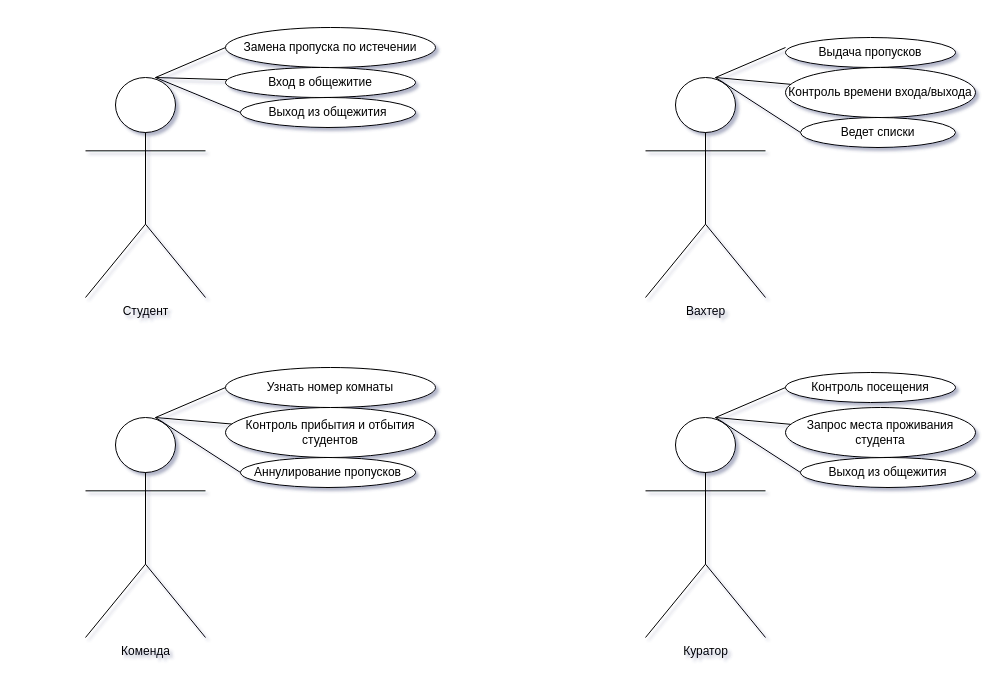
This is Project.drawio from jsfrau/Zamay, a draw.io file, before an edit. Source tidied: cells renumbered, new cells numbered last; positions are measured from the earlier drawing's top-left corner, leaving out a move shared by most shapes. Both pictures are drawn from the tidied source at 100%, with x=0, y=0 at pixel (85, 27).
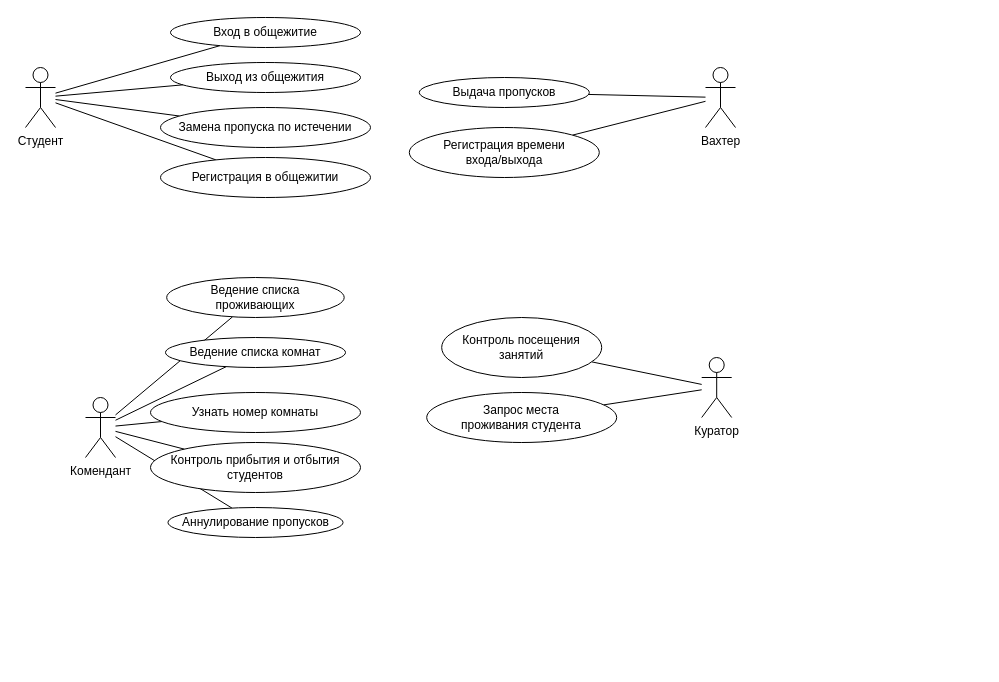
Above is the later version.

What changed in the source:
```diff
@@
-<mxGraphModel shadow="1">
+<mxGraphModel>
@@
-    <mxCell id="2" value="Студент" style="shape=umlActor;verticalLabelPosition=bottom;verticalAlign=top;html=1;outlineConnect=0;labelBackgroundColor=none;" parent="1" vertex="1">
-      <mxGeometry y="50" width="120" height="220" as="geometry" />
-    </mxCell>
-    <mxCell id="3" style="endArrow=none;html=1;" parent="1" edge="1">
-      <mxGeometry relative="1" as="geometry">
-        <mxPoint x="70" y="50" as="sourcePoint" />
-        <mxPoint x="140" y="20" as="targetPoint" />
-      </mxGeometry>
+    <mxCell id="3" style="endArrow=none;html=1;" parent="1" edge="1" source="2" target="4">
+      <mxGeometry relative="1" as="geometry" />
     </mxCell>
     <mxCell id="4" value="Замена пропуска по истечении" style="ellipse;whiteSpace=wrap;html=1;labelBackgroundColor=none;" parent="1" vertex="1">
-      <mxGeometry x="140" width="210" height="40" as="geometry" />
+      <mxGeometry x="75" y="80" width="210" height="40" as="geometry" />
     </mxCell>
-    <mxCell id="5" style="endArrow=none;html=1;" parent="1" edge="1" target="6">
-      <mxGeometry relative="1" as="geometry">
-        <mxPoint x="70" y="50" as="sourcePoint" />
-      </mxGeometry>
+    <mxCell id="5" style="endArrow=none;html=1;" parent="1" edge="1" source="2" target="6">
+      <mxGeometry relative="1" as="geometry" />
     </mxCell>
     <mxCell id="6" value="Вход в общежитие" style="ellipse;whiteSpace=wrap;html=1;labelBackgroundColor=none;" parent="1" vertex="1">
-      <mxGeometry x="140" y="40" width="190" height="30" as="geometry" />
+      <mxGeometry x="85" y="-10" width="190" height="30" as="geometry" />
     </mxCell>
+    <mxCell id="8" value="Выход из общежития" style="ellipse;whiteSpace=wrap;html=1;labelBackgroundColor=none;" parent="1" vertex="1">
+      <mxGeometry x="85" y="35" width="190" height="30" as="geometry" />
+    </mxCell>
+    <mxCell id="30" style="edgeStyle=none;jettySize=auto;html=1;endArrow=none;" parent="1" edge="1" source="9" target="11">
+      <mxGeometry relative="1" as="geometry" />
+    </mxCell>
+    <mxCell id="31" style="edgeStyle=none;jettySize=auto;html=1;endArrow=none;" parent="1" edge="1" source="9" target="13">
+      <mxGeometry relative="1" as="geometry" />
+    </mxCell>
+    <mxCell id="32" style="edgeStyle=none;jettySize=auto;html=1;endArrow=none;" parent="1" edge="1" source="9" target="15">
+      <mxGeometry relative="1" as="geometry" />
+    </mxCell>
+    <mxCell id="9" value="Комендант" style="shape=umlActor;verticalLabelPosition=bottom;verticalAlign=top;html=1;outlineConnect=0;labelBackgroundColor=none;shadow=0;" parent="1" vertex="1">
+      <mxGeometry y="370" width="30" height="60" as="geometry" />
+    </mxCell>
+    <mxCell id="11" value="Узнать номер комнаты" style="ellipse;whiteSpace=wrap;html=1;labelBackgroundColor=none;" parent="1" vertex="1">
+      <mxGeometry x="65" y="365" width="210" height="40" as="geometry" />
+    </mxCell>
+    <mxCell id="13" value="Контроль прибытия и отбытия студентов" style="ellipse;whiteSpace=wrap;html=1;labelBackgroundColor=none;" parent="1" vertex="1">
+      <mxGeometry x="65" y="415" width="210" height="50" as="geometry" />
+    </mxCell>
+    <mxCell id="15" value="Аннулирование пропусков" style="ellipse;whiteSpace=wrap;html=1;labelBackgroundColor=none;" parent="1" vertex="1">
+      <mxGeometry x="82.5" y="480" width="175" height="30" as="geometry" />
+    </mxCell>
+    <mxCell id="33" style="edgeStyle=none;jettySize=auto;html=1;endArrow=none;" parent="1" edge="1" source="9" target="40">
+      <mxGeometry relative="1" as="geometry" />
+    </mxCell>
+    <mxCell id="34" style="edgeStyle=none;jettySize=auto;html=1;endArrow=none;" parent="1" edge="1" source="9" target="22">
+      <mxGeometry relative="1" as="geometry" />
+    </mxCell>
+    <mxCell id="35" style="edgeStyle=none;jettySize=auto;html=1;endArrow=none;" parent="1" edge="1" source="16" target="20">
+      <mxGeometry relative="1" as="geometry" />
+    </mxCell>
+    <mxCell id="36" style="edgeStyle=none;jettySize=auto;html=1;endArrow=none;" parent="1" edge="1" source="16" target="18">
+      <mxGeometry relative="1" as="geometry" />
+    </mxCell>
+    <mxCell id="16" value="Вахтер" style="shape=umlActor;verticalLabelPosition=bottom;verticalAlign=top;html=1;outlineConnect=0;labelBackgroundColor=none;" parent="1" vertex="1">
+      <mxGeometry x="620" y="40" width="30" height="60" as="geometry" />
+    </mxCell>
+    <mxCell id="18" value="Выдача пропусков" style="ellipse;whiteSpace=wrap;html=1;labelBackgroundColor=none;" parent="1" vertex="1">
+      <mxGeometry x="333.8" y="50" width="170" height="30" as="geometry" />
+    </mxCell>
+    <mxCell id="20" value="Регистрация времени&lt;br&gt;входа/выхода" style="ellipse;whiteSpace=wrap;html=1;labelBackgroundColor=none;" parent="1" vertex="1">
+      <mxGeometry x="323.8" y="100" width="190" height="50" as="geometry" />
+    </mxCell>
+    <mxCell id="22" value="&lt;div&gt;Ведение списка&lt;/div&gt;&lt;div&gt;проживающих&lt;/div&gt;" style="ellipse;whiteSpace=wrap;html=1;labelBackgroundColor=none;" parent="1" vertex="1">
+      <mxGeometry x="81.2" y="250" width="177.5" height="40" as="geometry" />
+    </mxCell>
+    <mxCell id="37" style="edgeStyle=none;jettySize=auto;html=1;endArrow=none;" parent="1" edge="1" source="23" target="25">
+      <mxGeometry relative="1" as="geometry" />
+    </mxCell>
+    <mxCell id="38" style="edgeStyle=none;jettySize=auto;html=1;endArrow=none;" parent="1" edge="1" source="23" target="27">
+      <mxGeometry relative="1" as="geometry" />
+    </mxCell>
+    <mxCell id="23" value="Куратор" style="shape=umlActor;verticalLabelPosition=bottom;verticalAlign=top;html=1;outlineConnect=0;labelBackgroundColor=none;" parent="1" vertex="1">
+      <mxGeometry x="616.2" y="330" width="30" height="60" as="geometry" />
+    </mxCell>
+    <mxCell id="25" value="Контроль посещения&lt;br&gt;занятий" style="ellipse;whiteSpace=wrap;html=1;labelBackgroundColor=none;" parent="1" vertex="1">
+      <mxGeometry x="356.2" y="290" width="160" height="60" as="geometry" />
+    </mxCell>
+    <mxCell id="27" value="Запрос места &lt;br&gt;проживания студента" style="ellipse;whiteSpace=wrap;html=1;labelBackgroundColor=none;" parent="1" vertex="1">
+      <mxGeometry x="341.2" y="365" width="190" height="50" as="geometry" />
+    </mxCell>
+    <mxCell id="39" style="edgeStyle=none;jettySize=auto;html=1;endArrow=none;" parent="1" edge="1" source="2" target="41">
+      <mxGeometry relative="1" as="geometry" />
+    </mxCell>
+    <mxCell id="2" value="&lt;div&gt;Студент&lt;/div&gt;" style="shape=umlActor;verticalLabelPosition=bottom;verticalAlign=top;html=1;outlineConnect=0;shadow=0;" parent="1" vertex="1">
+      <mxGeometry x="-60" y="40" width="30" height="60" as="geometry" />
+    </mxCell>
-    <mxCell id="7" style="endArrow=none;html=1;entryX=0;entryY=0.5;entryDx=0;entryDy=0;" parent="1" edge="1" target="8">
-      <mxGeometry relative="1" as="geometry">
-        <mxPoint x="70" y="50" as="sourcePoint" />
-      </mxGeometry>
+    <mxCell id="7" style="endArrow=none;html=1;" parent="1" edge="1" source="2" target="8">
+      <mxGeometry relative="1" as="geometry" />
     </mxCell>
-    <mxCell id="8" value="Выход из общежития" style="ellipse;whiteSpace=wrap;html=1;labelBackgroundColor=none;" parent="1" vertex="1">
-      <mxGeometry x="155" y="70" width="175" height="30" as="geometry" />
-    </mxCell>
-    <mxCell id="9" value="Коменда" style="shape=umlActor;verticalLabelPosition=bottom;verticalAlign=top;html=1;outlineConnect=0;labelBackgroundColor=none;" parent="1" vertex="1">
-      <mxGeometry y="390" width="120" height="220" as="geometry" />
-    </mxCell>
-    <mxCell id="10" style="endArrow=none;html=1;" parent="1" edge="1">
-      <mxGeometry relative="1" as="geometry">
-        <mxPoint x="70" y="390" as="sourcePoint" />
-        <mxPoint x="140" y="360" as="targetPoint" />
-      </mxGeometry>
-    </mxCell>
-    <mxCell id="11" value="Узнать номер комнаты" style="ellipse;whiteSpace=wrap;html=1;labelBackgroundColor=none;" parent="1" vertex="1">
-      <mxGeometry x="140" y="340" width="210" height="40" as="geometry" />
-    </mxCell>
-    <mxCell id="12" style="endArrow=none;html=1;" parent="1" edge="1" target="13">
-      <mxGeometry relative="1" as="geometry">
-        <mxPoint x="70" y="390" as="sourcePoint" />
-      </mxGeometry>
-    </mxCell>
-    <mxCell id="13" value="Контроль прибытия и отбытия студентов" style="ellipse;whiteSpace=wrap;html=1;labelBackgroundColor=none;" parent="1" vertex="1">
-      <mxGeometry x="140" y="380" width="210" height="50" as="geometry" />
-    </mxCell>
-    <mxCell id="14" style="endArrow=none;html=1;entryX=0;entryY=0.5;entryDx=0;entryDy=0;" parent="1" edge="1" target="15">
-      <mxGeometry relative="1" as="geometry">
-        <mxPoint x="70" y="390" as="sourcePoint" />
-      </mxGeometry>
-    </mxCell>
-    <mxCell id="15" value="Аннулирование пропусков" style="ellipse;whiteSpace=wrap;html=1;labelBackgroundColor=none;" parent="1" vertex="1">
-      <mxGeometry x="155" y="430" width="175" height="30" as="geometry" />
-    </mxCell>
-    <mxCell id="16" value="Вахтер" style="shape=umlActor;verticalLabelPosition=bottom;verticalAlign=top;html=1;outlineConnect=0;labelBackgroundColor=none;" parent="1" vertex="1">
-      <mxGeometry x="560" y="50" width="120" height="220" as="geometry" />
-    </mxCell>
-    <mxCell id="17" style="endArrow=none;html=1;" parent="1" edge="1">
-      <mxGeometry relative="1" as="geometry">
-        <mxPoint x="630" y="50" as="sourcePoint" />
-        <mxPoint x="700" y="20" as="targetPoint" />
-      </mxGeometry>
-    </mxCell>
-    <mxCell id="18" value="Выдача пропусков" style="ellipse;whiteSpace=wrap;html=1;labelBackgroundColor=none;" parent="1" vertex="1">
-      <mxGeometry x="700" y="10" width="170" height="30" as="geometry" />
-    </mxCell>
-    <mxCell id="19" style="endArrow=none;html=1;" parent="1" edge="1" target="20">
-      <mxGeometry relative="1" as="geometry">
-        <mxPoint x="630" y="50" as="sourcePoint" />
-      </mxGeometry>
-    </mxCell>
-    <mxCell id="20" value="Контроль времени входа/выхода" style="ellipse;whiteSpace=wrap;html=1;labelBackgroundColor=none;" parent="1" vertex="1">
-      <mxGeometry x="700" y="40" width="190" height="50" as="geometry" />
-    </mxCell>
-    <mxCell id="21" style="endArrow=none;html=1;entryX=0;entryY=0.5;entryDx=0;entryDy=0;" parent="1" edge="1" target="22">
-      <mxGeometry relative="1" as="geometry">
-        <mxPoint x="630" y="50" as="sourcePoint" />
-      </mxGeometry>
-    </mxCell>
-    <mxCell id="22" value="Ведет списки" style="ellipse;whiteSpace=wrap;html=1;labelBackgroundColor=none;" parent="1" vertex="1">
-      <mxGeometry x="715" y="90" width="155" height="30" as="geometry" />
-    </mxCell>
-    <mxCell id="23" value="Куратор" style="shape=umlActor;verticalLabelPosition=bottom;verticalAlign=top;html=1;outlineConnect=0;labelBackgroundColor=none;" parent="1" vertex="1">
-      <mxGeometry x="560" y="390" width="120" height="220" as="geometry" />
-    </mxCell>
-    <mxCell id="24" style="endArrow=none;html=1;" parent="1" edge="1">
-      <mxGeometry relative="1" as="geometry">
-        <mxPoint x="630" y="390" as="sourcePoint" />
-        <mxPoint x="700" y="360" as="targetPoint" />
-      </mxGeometry>
-    </mxCell>
-    <mxCell id="25" value="Контроль посещения" style="ellipse;whiteSpace=wrap;html=1;labelBackgroundColor=none;" parent="1" vertex="1">
-      <mxGeometry x="700" y="345" width="170" height="30" as="geometry" />
-    </mxCell>
-    <mxCell id="26" style="endArrow=none;html=1;" parent="1" edge="1" target="27">
-      <mxGeometry relative="1" as="geometry">
-        <mxPoint x="630" y="390" as="sourcePoint" />
-      </mxGeometry>
-    </mxCell>
-    <mxCell id="27" value="Запрос места проживания студента" style="ellipse;whiteSpace=wrap;html=1;labelBackgroundColor=none;" parent="1" vertex="1">
-      <mxGeometry x="700" y="380" width="190" height="50" as="geometry" />
-    </mxCell>
-    <mxCell id="28" style="endArrow=none;html=1;entryX=0;entryY=0.5;entryDx=0;entryDy=0;" parent="1" edge="1" target="29">
-      <mxGeometry relative="1" as="geometry">
-        <mxPoint x="630" y="390" as="sourcePoint" />
-      </mxGeometry>
-    </mxCell>
-    <mxCell id="29" value="Выход из общежития" style="ellipse;whiteSpace=wrap;html=1;labelBackgroundColor=none;" parent="1" vertex="1">
-      <mxGeometry x="715" y="430" width="175" height="30" as="geometry" />
-    </mxCell>
+    <mxCell id="40" value="Ведение списка комнат" style="ellipse;whiteSpace=wrap;html=1;labelBackgroundColor=none;" parent="1" vertex="1">
+      <mxGeometry x="80" y="310" width="180" height="30" as="geometry" />
+    </mxCell>
+    <mxCell id="41" value="Регистрация в общежитии" style="ellipse;whiteSpace=wrap;html=1;labelBackgroundColor=none;" parent="1" vertex="1">
+      <mxGeometry x="75" y="130" width="210" height="40" as="geometry" />
+    </mxCell>
```
